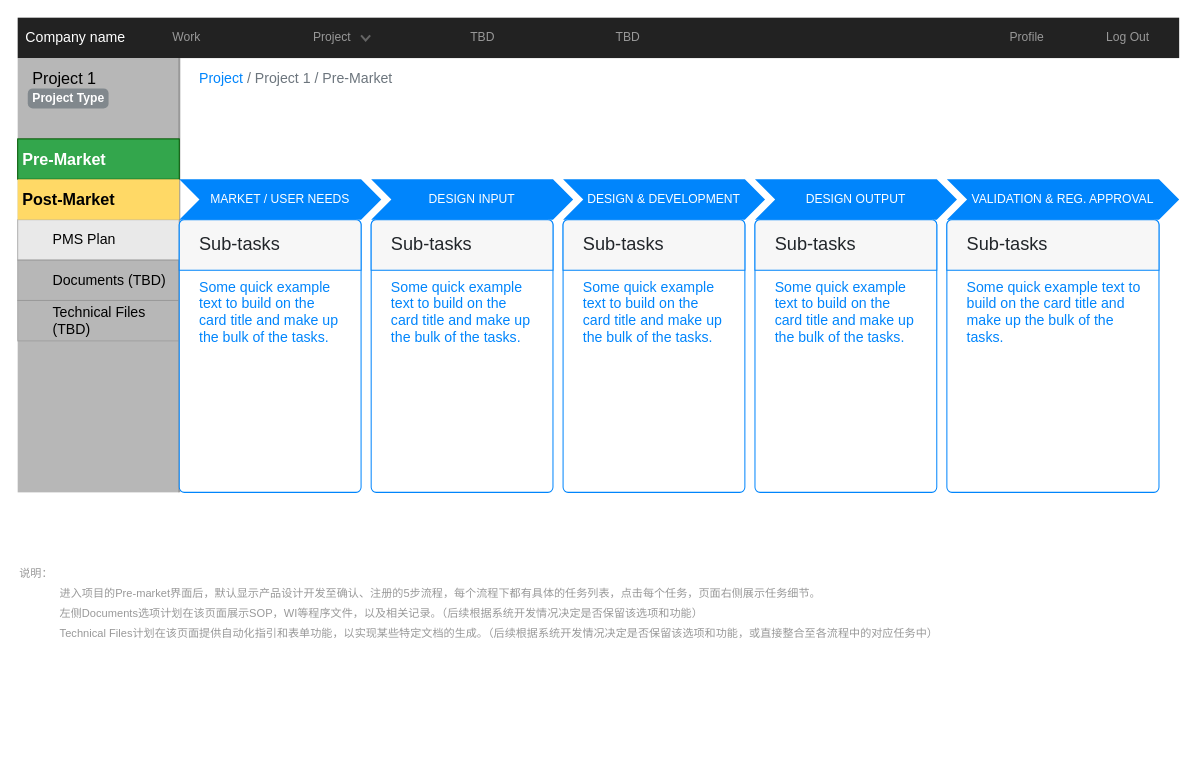
Above: page "Post-market" (7 of 8) of Full lifecycle.drawio in RASAAS/NMPAWORKFLOW (draw.io), before the change. Source tidied: cells renumbered, new cells numbered last; positions are measured from the earlier drawing's top-left corner, leaving out a move shared by most shapes. Both pictures are drawn from the tidied source at 101%, with x=0, y=0 at pixel (17, 17).
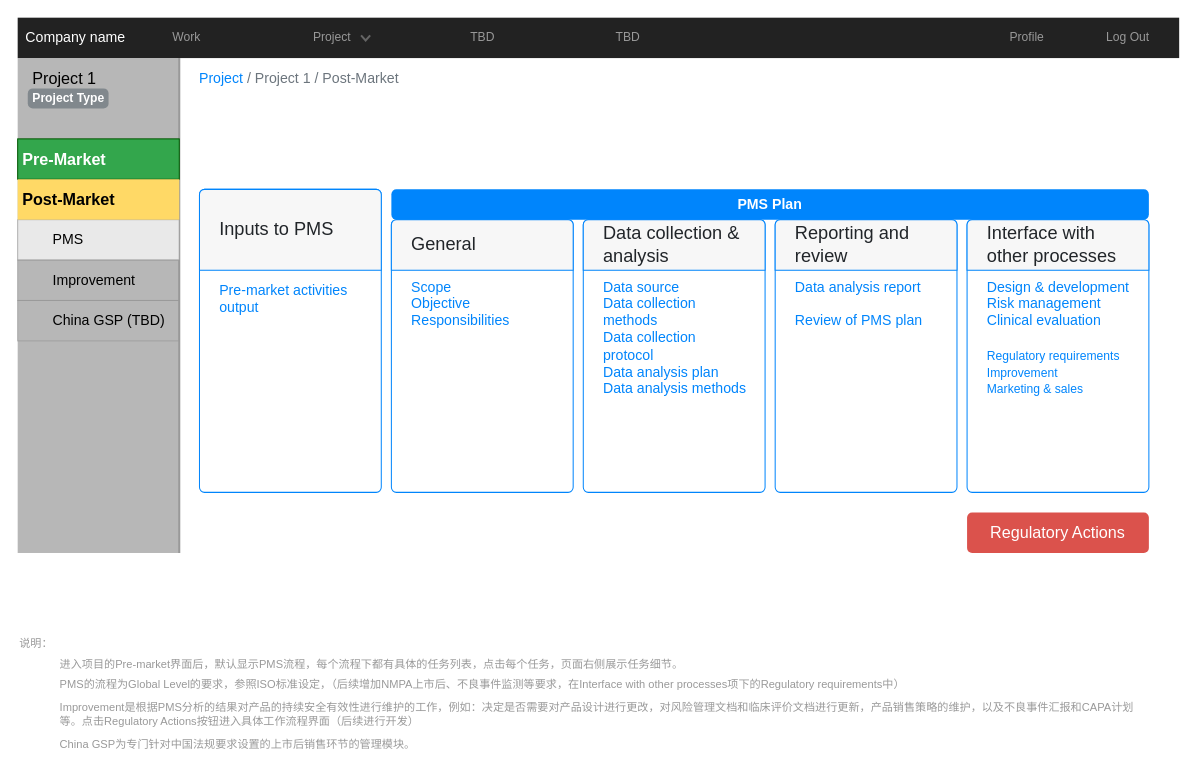
The same diagram, later.

What changed in the source:
```diff
@@
     <mxCell id="12" style="rounded=0;whiteSpace=wrap;html=1;strokeWidth=2;fontSize=13;opacity=70;align=left;strokeColor=none;fillColor=#999999;" parent="1" vertex="1">
-      <mxGeometry y="40" width="160" height="430" as="geometry" />
+      <mxGeometry y="40" width="160" height="490" as="geometry" />
     </mxCell>
@@
-    <mxCell id="14" value="&lt;font color=&quot;#0085fc&quot;&gt;Project&lt;/font&gt; / Project 1 / Pre-Market" style="html=1;shadow=0;dashed=0;shape=mxgraph.bootstrap.rrect;rSize=5;strokeColor=none;strokeWidth=1;fontColor=#6C757D;whiteSpace=wrap;align=left;verticalAlign=middle;spacingLeft=0;fontStyle=0;fontSize=14;spacing=10;opacity=70;fillColor=none;" parent="1" vertex="1">
+    <mxCell id="14" value="&lt;font color=&quot;#0085fc&quot;&gt;Project&lt;/font&gt; / Project 1 / Post-Market" style="html=1;shadow=0;dashed=0;shape=mxgraph.bootstrap.rrect;rSize=5;strokeColor=none;strokeWidth=1;fontColor=#6C757D;whiteSpace=wrap;align=left;verticalAlign=middle;spacingLeft=0;fontStyle=0;fontSize=14;spacing=10;opacity=70;fillColor=none;" parent="1" vertex="1">
       <mxGeometry x="170" y="40" width="800" height="40" as="geometry" />
     </mxCell>
@@
-    <mxCell id="16" value="PMS Plan" style="html=1;shadow=0;dashed=0;shape=mxgraph.bootstrap.rrect;rSize=0;strokeWidth=1;whiteSpace=wrap;align=left;verticalAlign=middle;spacingLeft=30;fontStyle=0;fontSize=14;spacing=5;opacity=70;strokeColor=#999999;" parent="1" vertex="1">
+    <mxCell id="16" value="PMS" style="html=1;shadow=0;dashed=0;shape=mxgraph.bootstrap.rrect;rSize=0;strokeWidth=1;whiteSpace=wrap;align=left;verticalAlign=middle;spacingLeft=30;fontStyle=0;fontSize=14;spacing=5;opacity=70;strokeColor=#999999;" parent="1" vertex="1">
       <mxGeometry y="200" width="160" height="40" as="geometry" />
     </mxCell>
@@
-    <mxCell id="18" value="Documents (TBD)" style="html=1;shadow=0;dashed=0;shape=mxgraph.bootstrap.rrect;rSize=0;strokeWidth=1;fontColor=#000000;whiteSpace=wrap;align=left;verticalAlign=middle;spacingLeft=30;fontStyle=0;fontSize=14;spacing=5;opacity=70;fillColor=none;strokeColor=#999999;" parent="1" vertex="1">
-      <mxGeometry y="240" width="160" height="40" as="geometry" />
+    <mxCell id="18" value="China GSP (TBD)" style="html=1;shadow=0;dashed=0;shape=mxgraph.bootstrap.rrect;rSize=0;strokeWidth=1;fontColor=#000000;whiteSpace=wrap;align=left;verticalAlign=middle;spacingLeft=30;fontStyle=0;fontSize=14;spacing=5;opacity=70;fillColor=none;strokeColor=#999999;" parent="1" vertex="1">
+      <mxGeometry y="280" width="160" height="40" as="geometry" />
     </mxCell>
-    <mxCell id="19" value="Technical Files (TBD)" style="html=1;shadow=0;dashed=0;shape=mxgraph.bootstrap.rrect;rSize=0;strokeWidth=1;fontColor=#000000;whiteSpace=wrap;align=left;verticalAlign=middle;spacingLeft=30;fontStyle=0;fontSize=14;spacing=5;opacity=70;fillColor=none;strokeColor=#999999;" parent="1" vertex="1">
-      <mxGeometry y="280" width="160" height="40" as="geometry" />
-    </mxCell>
@@
-    <mxCell id="22" value="MARKET / USER NEEDS" style="shape=step;perimeter=stepPerimeter;whiteSpace=wrap;html=1;fixedSize=1;shadow=0;sketch=0;strokeWidth=2;fontSize=12;fontColor=#ffffff;align=center;strokeColor=none;fillColor=#0085FC;" parent="1" vertex="1">
-      <mxGeometry x="160" y="160" width="200" height="40" as="geometry" />
-    </mxCell>
-    <mxCell id="23" value="DESIGN INPUT" style="shape=step;perimeter=stepPerimeter;whiteSpace=wrap;html=1;fixedSize=1;shadow=0;sketch=0;strokeWidth=2;fontSize=12;fontColor=#ffffff;align=center;strokeColor=none;fillColor=#0085FC;" parent="1" vertex="1">
-      <mxGeometry x="350" y="160" width="200" height="40" as="geometry" />
-    </mxCell>
-    <mxCell id="24" value="DESIGN &amp;amp; DEVELOPMENT" style="shape=step;perimeter=stepPerimeter;whiteSpace=wrap;html=1;fixedSize=1;shadow=0;sketch=0;strokeWidth=2;fontSize=12;fontColor=#ffffff;align=center;strokeColor=none;fillColor=#0085FC;" parent="1" vertex="1">
-      <mxGeometry x="540" y="160" width="200" height="40" as="geometry" />
-    </mxCell>
-    <mxCell id="25" value="DESIGN OUTPUT" style="shape=step;perimeter=stepPerimeter;whiteSpace=wrap;html=1;fixedSize=1;shadow=0;sketch=0;strokeWidth=2;fontSize=12;fontColor=#ffffff;align=center;strokeColor=none;fillColor=#0085FC;" parent="1" vertex="1">
-      <mxGeometry x="730" y="160" width="200" height="40" as="geometry" />
-    </mxCell>
-    <mxCell id="26" value="VALIDATION &amp;amp; REG. APPROVAL" style="shape=step;perimeter=stepPerimeter;whiteSpace=wrap;html=1;fixedSize=1;shadow=0;sketch=0;strokeWidth=2;fontSize=12;fontColor=#ffffff;align=center;strokeColor=none;fillColor=#0085FC;" parent="1" vertex="1">
-      <mxGeometry x="920" y="160" width="230" height="40" as="geometry" />
-    </mxCell>
-    <mxCell id="27" value="&lt;br style=&quot;font-size: 14px&quot;&gt;&lt;br style=&quot;font-size: 14px&quot;&gt;Some quick example text to build on the card title and make up the bulk of the tasks." style="html=1;shadow=0;dashed=0;shape=mxgraph.bootstrap.rrect;rSize=5;strokeColor=#0085FC;html=1;whiteSpace=wrap;fillColor=#ffffff;fontColor=#0085FC;verticalAlign=top;align=left;spacing=20;spacingBottom=0;fontSize=14;sketch=0;" parent="1" vertex="1">
-      <mxGeometry x="160" y="200" width="180" height="270" as="geometry" />
+    <mxCell id="27" value="&lt;br&gt;&lt;br&gt;&lt;br&gt;&lt;br&gt;Pre-market activities output" style="html=1;shadow=0;dashed=0;shape=mxgraph.bootstrap.rrect;rSize=5;strokeColor=#0085FC;html=1;whiteSpace=wrap;fillColor=#ffffff;fontColor=#0085FC;verticalAlign=top;align=left;spacing=20;spacingBottom=0;fontSize=14;sketch=0;" parent="1" vertex="1">
+      <mxGeometry x="180" y="170" width="180" height="300" as="geometry" />
     </mxCell>
-    <mxCell id="28" value="Sub-tasks" style="html=1;shadow=0;dashed=0;shape=mxgraph.bootstrap.topButton;rSize=5;perimeter=none;whiteSpace=wrap;fillColor=#F7F7F7;strokeColor=#0085FC;fontColor=#212529;fontSize=18;align=left;spacing=20;" parent="27" vertex="1">
-      <mxGeometry width="180" height="50" relative="1" as="geometry" />
+    <mxCell id="28" value="Inputs to PMS" style="html=1;shadow=0;dashed=0;shape=mxgraph.bootstrap.topButton;rSize=5;perimeter=none;whiteSpace=wrap;fillColor=#F7F7F7;strokeColor=#0085FC;fontColor=#212529;fontSize=18;align=left;spacing=20;" parent="27" vertex="1">
+      <mxGeometry width="180" height="80" relative="1" as="geometry" />
     </mxCell>
-    <mxCell id="29" value="&lt;br style=&quot;font-size: 14px&quot;&gt;&lt;br style=&quot;font-size: 14px&quot;&gt;Some quick example text to build on the card title and make up the bulk of the tasks." style="html=1;shadow=0;dashed=0;shape=mxgraph.bootstrap.rrect;rSize=5;strokeColor=#0085FC;html=1;whiteSpace=wrap;fillColor=#ffffff;fontColor=#0085FC;verticalAlign=top;align=left;spacing=20;spacingBottom=0;fontSize=14;sketch=0;" parent="1" vertex="1">
-      <mxGeometry x="350" y="200" width="180" height="270" as="geometry" />
+    <mxCell id="29" value="&lt;br style=&quot;font-size: 14px&quot;&gt;&lt;br style=&quot;font-size: 14px&quot;&gt;Scope&lt;br&gt;Objective&lt;br&gt;Responsibilities" style="html=1;shadow=0;dashed=0;shape=mxgraph.bootstrap.rrect;rSize=5;strokeColor=#0085FC;html=1;whiteSpace=wrap;fillColor=#ffffff;fontColor=#0085FC;verticalAlign=top;align=left;spacing=20;spacingBottom=0;fontSize=14;sketch=0;" parent="1" vertex="1">
+      <mxGeometry x="370" y="200" width="180" height="270" as="geometry" />
     </mxCell>
-    <mxCell id="30" value="Sub-tasks" style="html=1;shadow=0;dashed=0;shape=mxgraph.bootstrap.topButton;rSize=5;perimeter=none;whiteSpace=wrap;fillColor=#F7F7F7;strokeColor=#0085FC;fontColor=#212529;fontSize=18;align=left;spacing=20;" parent="29" vertex="1">
+    <mxCell id="30" value="General" style="html=1;shadow=0;dashed=0;shape=mxgraph.bootstrap.topButton;rSize=5;perimeter=none;whiteSpace=wrap;fillColor=#F7F7F7;strokeColor=#0085FC;fontColor=#212529;fontSize=18;align=left;spacing=20;" parent="29" vertex="1">
       <mxGeometry width="180" height="50" relative="1" as="geometry" />
     </mxCell>
-    <mxCell id="31" value="&lt;br style=&quot;font-size: 14px&quot;&gt;&lt;br style=&quot;font-size: 14px&quot;&gt;Some quick example text to build on the card title and make up the bulk of the tasks." style="html=1;shadow=0;dashed=0;shape=mxgraph.bootstrap.rrect;rSize=5;strokeColor=#0085FC;html=1;whiteSpace=wrap;fillColor=#ffffff;fontColor=#0085FC;verticalAlign=top;align=left;spacing=20;spacingBottom=0;fontSize=14;sketch=0;" parent="1" vertex="1">
-      <mxGeometry x="540" y="200" width="180" height="270" as="geometry" />
+    <mxCell id="31" value="&lt;br style=&quot;font-size: 14px&quot;&gt;&lt;br style=&quot;font-size: 14px&quot;&gt;Data source&lt;br&gt;Data collection methods&lt;br&gt;Data collection protocol&lt;br&gt;Data analysis plan&lt;br&gt;Data analysis methods&lt;br&gt;" style="html=1;shadow=0;dashed=0;shape=mxgraph.bootstrap.rrect;rSize=5;strokeColor=#0085FC;html=1;whiteSpace=wrap;fillColor=#ffffff;fontColor=#0085FC;verticalAlign=top;align=left;spacing=20;spacingBottom=0;fontSize=14;sketch=0;" parent="1" vertex="1">
+      <mxGeometry x="560" y="200" width="180" height="270" as="geometry" />
     </mxCell>
-    <mxCell id="32" value="Sub-tasks" style="html=1;shadow=0;dashed=0;shape=mxgraph.bootstrap.topButton;rSize=5;perimeter=none;whiteSpace=wrap;fillColor=#F7F7F7;strokeColor=#0085FC;fontColor=#212529;fontSize=18;align=left;spacing=20;" parent="31" vertex="1">
+    <mxCell id="32" value="Data collection &amp;amp; analysis" style="html=1;shadow=0;dashed=0;shape=mxgraph.bootstrap.topButton;rSize=5;perimeter=none;whiteSpace=wrap;fillColor=#F7F7F7;strokeColor=#0085FC;fontColor=#212529;fontSize=18;align=left;spacing=20;" parent="31" vertex="1">
       <mxGeometry width="180" height="50" relative="1" as="geometry" />
     </mxCell>
-    <mxCell id="33" value="&lt;br style=&quot;font-size: 14px&quot;&gt;&lt;br style=&quot;font-size: 14px&quot;&gt;Some quick example text to build on the card title and make up the bulk of the tasks." style="html=1;shadow=0;dashed=0;shape=mxgraph.bootstrap.rrect;rSize=5;strokeColor=#0085FC;html=1;whiteSpace=wrap;fillColor=#ffffff;fontColor=#0085FC;verticalAlign=top;align=left;spacing=20;spacingBottom=0;fontSize=14;sketch=0;" parent="1" vertex="1">
-      <mxGeometry x="730" y="200" width="180" height="270" as="geometry" />
+    <mxCell id="33" value="&lt;br style=&quot;font-size: 14px&quot;&gt;&lt;br style=&quot;font-size: 14px&quot;&gt;Data analysis report&lt;br&gt;&lt;br&gt;Review of PMS plan" style="html=1;shadow=0;dashed=0;shape=mxgraph.bootstrap.rrect;rSize=5;strokeColor=#0085FC;html=1;whiteSpace=wrap;fillColor=#ffffff;fontColor=#0085FC;verticalAlign=top;align=left;spacing=20;spacingBottom=0;fontSize=14;sketch=0;" parent="1" vertex="1">
+      <mxGeometry x="750" y="200" width="180" height="270" as="geometry" />
     </mxCell>
-    <mxCell id="34" value="Sub-tasks" style="html=1;shadow=0;dashed=0;shape=mxgraph.bootstrap.topButton;rSize=5;perimeter=none;whiteSpace=wrap;fillColor=#F7F7F7;strokeColor=#0085FC;fontColor=#212529;fontSize=18;align=left;spacing=20;" parent="33" vertex="1">
+    <mxCell id="34" value="Reporting and review" style="html=1;shadow=0;dashed=0;shape=mxgraph.bootstrap.topButton;rSize=5;perimeter=none;whiteSpace=wrap;fillColor=#F7F7F7;strokeColor=#0085FC;fontColor=#212529;fontSize=18;align=left;spacing=20;" parent="33" vertex="1">
       <mxGeometry width="180" height="50" relative="1" as="geometry" />
     </mxCell>
-    <mxCell id="35" value="&lt;br style=&quot;font-size: 14px&quot;&gt;&lt;br style=&quot;font-size: 14px&quot;&gt;Some quick example text to build on the card title and make up the bulk of the tasks." style="html=1;shadow=0;dashed=0;shape=mxgraph.bootstrap.rrect;rSize=5;strokeColor=#0085FC;html=1;whiteSpace=wrap;fillColor=#ffffff;fontColor=#0085FC;verticalAlign=top;align=left;spacing=20;spacingBottom=0;fontSize=14;sketch=0;" parent="1" vertex="1">
-      <mxGeometry x="920" y="200" width="210" height="270" as="geometry" />
-    </mxCell>
-    <mxCell id="36" value="Sub-tasks" style="html=1;shadow=0;dashed=0;shape=mxgraph.bootstrap.topButton;rSize=5;perimeter=none;whiteSpace=wrap;fillColor=#F7F7F7;strokeColor=#0085FC;fontColor=#212529;fontSize=18;align=left;spacing=20;" parent="35" vertex="1">
-      <mxGeometry width="210" height="50" relative="1" as="geometry" />
-    </mxCell>
     <mxCell id="37" value="说明：" style="text;html=1;strokeColor=none;fillColor=none;align=left;verticalAlign=middle;whiteSpace=wrap;rounded=0;fontSize=11;fontColor=#999999;opacity=70;" parent="1" vertex="1">
-      <mxGeometry y="540" width="650" height="20" as="geometry" />
+      <mxGeometry y="610" width="650" height="20" as="geometry" />
     </mxCell>
-    <mxCell id="38" value="进入项目的Pre-market界面后，默认显示产品设计开发至确认、注册的5步流程，每个流程下都有具体的任务列表，点击每个任务，页面右侧展示任务细节。" style="text;html=1;strokeColor=none;fillColor=none;align=left;verticalAlign=middle;whiteSpace=wrap;rounded=0;fontSize=11;fontColor=#999999;opacity=70;" parent="1" vertex="1">
-      <mxGeometry x="40" y="560" width="1080" height="20" as="geometry" />
+    <mxCell id="38" value="进入项目的Pre-market界面后，默认显示PMS流程，每个流程下都有具体的任务列表，点击每个任务，页面右侧展示任务细节。" style="text;html=1;strokeColor=none;fillColor=none;align=left;verticalAlign=middle;whiteSpace=wrap;rounded=0;fontSize=11;fontColor=#999999;opacity=70;" parent="1" vertex="1">
+      <mxGeometry x="40" y="630" width="1080" height="20" as="geometry" />
     </mxCell>
-    <mxCell id="39" value="左侧Documents选项计划在该页面展示SOP，WI等程序文件，以及相关记录。（后续根据系统开发情况决定是否保留该选项和功能）" style="text;html=1;strokeColor=none;fillColor=none;align=left;verticalAlign=middle;whiteSpace=wrap;rounded=0;fontSize=11;fontColor=#999999;opacity=70;" parent="1" vertex="1">
-      <mxGeometry x="40" y="580" width="820" height="20" as="geometry" />
+    <mxCell id="39" value="PMS的流程为Global Level的要求，参照ISO标准设定，（后续增加NMPA上市后、不良事件监测等要求，在Interface with other processes项下的Regulatory requirements中）" style="text;html=1;strokeColor=none;fillColor=none;align=left;verticalAlign=middle;whiteSpace=wrap;rounded=0;fontSize=11;fontColor=#999999;opacity=70;" parent="1" vertex="1">
+      <mxGeometry x="40" y="650" width="1010" height="20" as="geometry" />
     </mxCell>
-    <mxCell id="40" value="Technical Files计划在该页面提供自动化指引和表单功能，以实现某些特定文档的生成。（后续根据系统开发情况决定是否保留该选项和功能，或直接整合至各流程中的对应任务中）" style="text;html=1;strokeColor=none;fillColor=none;align=left;verticalAlign=middle;whiteSpace=wrap;rounded=0;fontSize=11;fontColor=#999999;opacity=70;" parent="1" vertex="1">
-      <mxGeometry x="40" y="600" width="1080" height="20" as="geometry" />
+    <mxCell id="40" value="China GSP为专门针对中国法规要求设置的上市后销售环节的管理模块。" style="text;html=1;strokeColor=none;fillColor=none;align=left;verticalAlign=middle;whiteSpace=wrap;rounded=0;fontSize=11;fontColor=#999999;opacity=70;" parent="1" vertex="1">
+      <mxGeometry x="40" y="710" width="1080" height="20" as="geometry" />
     </mxCell>
+    <mxCell id="41" value="&lt;br style=&quot;font-size: 14px&quot;&gt;&lt;br style=&quot;font-size: 14px&quot;&gt;Design &amp;amp; development&lt;br&gt;Risk management&lt;br&gt;Clinical evaluation&lt;br&gt;&lt;br&gt;&lt;font style=&quot;font-size: 12px&quot;&gt;Regulatory requirements&lt;/font&gt;&lt;br&gt;&lt;font style=&quot;font-size: 12px&quot;&gt;Improvement&lt;br&gt;&lt;/font&gt;&lt;font style=&quot;font-size: 12px&quot;&gt;Marketing &amp;amp; sales&lt;/font&gt;" style="html=1;shadow=0;dashed=0;shape=mxgraph.bootstrap.rrect;rSize=5;strokeColor=#0085FC;html=1;whiteSpace=wrap;fillColor=#ffffff;fontColor=#0085FC;verticalAlign=top;align=left;spacing=20;spacingBottom=0;fontSize=14;sketch=0;" parent="1" vertex="1">
+      <mxGeometry x="940" y="200" width="180" height="270" as="geometry" />
+    </mxCell>
+    <mxCell id="42" value="Interface with other processes" style="html=1;shadow=0;dashed=0;shape=mxgraph.bootstrap.topButton;rSize=5;perimeter=none;whiteSpace=wrap;fillColor=#F7F7F7;strokeColor=#0085FC;fontColor=#212529;fontSize=18;align=left;spacing=20;" parent="41" vertex="1">
+      <mxGeometry width="180" height="50" relative="1" as="geometry" />
+    </mxCell>
+    <mxCell id="43" value="PMS Plan" style="html=1;shadow=0;dashed=0;shape=mxgraph.bootstrap.rrect;rSize=5;strokeColor=none;strokeWidth=1;fillColor=#0085FC;fontColor=#FFFFFF;whiteSpace=wrap;align=center;verticalAlign=middle;spacingLeft=0;fontStyle=1;fontSize=14;spacing=5;sketch=0;" parent="1" vertex="1">
+      <mxGeometry x="370" y="170" width="750" height="30" as="geometry" />
+    </mxCell>
+    <mxCell id="44" value="Improvement" style="html=1;shadow=0;dashed=0;shape=mxgraph.bootstrap.rrect;rSize=0;strokeWidth=1;fontColor=#000000;whiteSpace=wrap;align=left;verticalAlign=middle;spacingLeft=30;fontStyle=0;fontSize=14;spacing=5;opacity=70;fillColor=none;strokeColor=#999999;" parent="1" vertex="1">
+      <mxGeometry y="240" width="160" height="40" as="geometry" />
+    </mxCell>
+    <mxCell id="45" value="Improvement是根据PMS分析的结果对产品的持续安全有效性进行维护的工作，例如：决定是否需要对产品设计进行更改，对风险管理文档和临床评价文档进行更新，产品销售策略的维护，以及不良事件汇报和CAPA计划等。点击Regulatory Actions按钮进入具体工作流程界面（后续进行开发）" style="text;html=1;strokeColor=none;fillColor=none;align=left;verticalAlign=middle;whiteSpace=wrap;rounded=0;fontSize=11;fontColor=#999999;opacity=70;" parent="1" vertex="1">
+      <mxGeometry x="40" y="680" width="1080" height="20" as="geometry" />
+    </mxCell>
+    <mxCell id="46" value="Regulatory Actions" style="html=1;shadow=0;dashed=0;shape=mxgraph.bootstrap.rrect;align=center;rSize=5;strokeColor=none;fillColor=#DB524C;fontColor=#ffffff;fontSize=16;whiteSpace=wrap;rounded=0;" parent="1" vertex="1">
+      <mxGeometry x="940" y="490" width="180" height="40" as="geometry" />
+    </mxCell>
```
